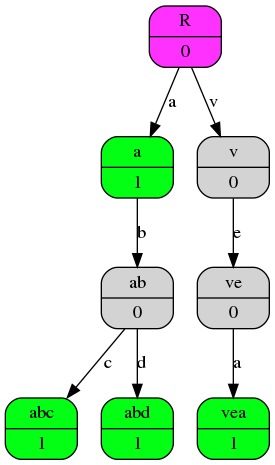
Above: Trie/AFD.png in ReposAcces/AutomatonMinimization (Graphviz), before the change. Its source is kept beside it as Trie/AFD.dot.
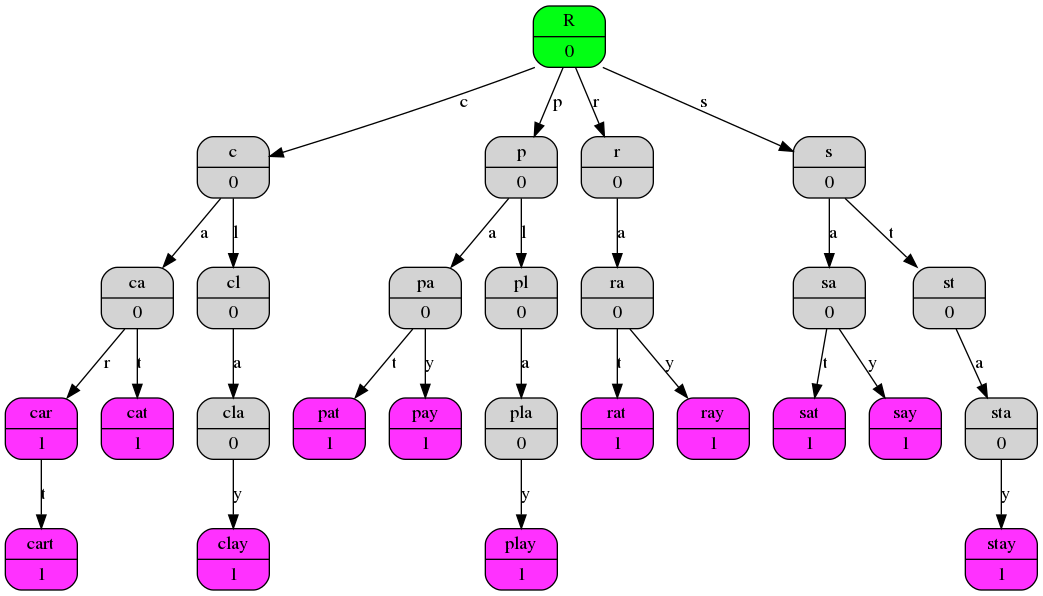
The same diagram one commit later.

Change to the diagram source:
```diff
@@ -1,19 +1,57 @@
 digraph ll {
 	node [shape=Mrecord];
-	R[style=filled, fillcolor="#ff31ff", label="{ <data> R | <ew> 0 }"];
-	a[style=filled, fillcolor="#02ff14", label="{ <data> a | <ew> 1 }"];
-	ab[style=filled, fillcolor="", label="{ <data> ab | <ew> 0 }"];
-	abc[style=filled, fillcolor="#02ff14", label="{ <data> abc | <ew> 1 }"];
-	abd[style=filled, fillcolor="#02ff14", label="{ <data> abd | <ew> 1 }"];
-	v[style=filled, fillcolor="", label="{ <data> v | <ew> 0 }"];
-	ve[style=filled, fillcolor="", label="{ <data> ve | <ew> 0 }"];
-	vea[style=filled, fillcolor="#02ff14", label="{ <data> vea | <ew> 1 }"];
+	R[style=filled, fillcolor="#02ff14", label="{ <data> R | <ew> 0 }"];
+	c[style=filled, fillcolor="", label="{ <data> c | <ew> 0 }"];
+	ca[style=filled, fillcolor="", label="{ <data> ca | <ew> 0 }"];
+	car[style=filled, fillcolor="#ff31ff", label="{ <data> car | <ew> 1 }"];
+	cart[style=filled, fillcolor="#ff31ff", label="{ <data> cart | <ew> 1 }"];
+	cat[style=filled, fillcolor="#ff31ff", label="{ <data> cat | <ew> 1 }"];
+	cl[style=filled, fillcolor="", label="{ <data> cl | <ew> 0 }"];
+	cla[style=filled, fillcolor="", label="{ <data> cla | <ew> 0 }"];
+	clay[style=filled, fillcolor="#ff31ff", label="{ <data> clay | <ew> 1 }"];
+	p[style=filled, fillcolor="", label="{ <data> p | <ew> 0 }"];
+	pa[style=filled, fillcolor="", label="{ <data> pa | <ew> 0 }"];
+	pat[style=filled, fillcolor="#ff31ff", label="{ <data> pat | <ew> 1 }"];
+	pay[style=filled, fillcolor="#ff31ff", label="{ <data> pay | <ew> 1 }"];
+	pl[style=filled, fillcolor="", label="{ <data> pl | <ew> 0 }"];
+	pla[style=filled, fillcolor="", label="{ <data> pla | <ew> 0 }"];
+	play[style=filled, fillcolor="#ff31ff", label="{ <data> play | <ew> 1 }"];
+	r[style=filled, fillcolor="", label="{ <data> r | <ew> 0 }"];
+	ra[style=filled, fillcolor="", label="{ <data> ra | <ew> 0 }"];
+	rat[style=filled, fillcolor="#ff31ff", label="{ <data> rat | <ew> 1 }"];
+	ray[style=filled, fillcolor="#ff31ff", label="{ <data> ray | <ew> 1 }"];
+	s[style=filled, fillcolor="", label="{ <data> s | <ew> 0 }"];
+	sa[style=filled, fillcolor="", label="{ <data> sa | <ew> 0 }"];
+	sat[style=filled, fillcolor="#ff31ff", label="{ <data> sat | <ew> 1 }"];
+	say[style=filled, fillcolor="#ff31ff", label="{ <data> say | <ew> 1 }"];
+	st[style=filled, fillcolor="", label="{ <data> st | <ew> 0 }"];
+	sta[style=filled, fillcolor="", label="{ <data> sta | <ew> 0 }"];
+	stay[style=filled, fillcolor="#ff31ff", label="{ <data> stay | <ew> 1 }"];
 
-	R:ew:c -> a [label=a];
-	R:ew:c -> v [label=v];
-	a:ew:c -> ab [label=b];
-	v:ew:c -> ve [label=e];
-	ab:ew:c -> abc [label=c];
-	ab:ew:c -> abd [label=d];
-	ve:ew:c -> vea [label=a];
+	R:ew:c -> c [label=c];
+	R:ew:c -> p [label=p];
+	R:ew:c -> r [label=r];
+	R:ew:c -> s [label=s];
+	c:ew:c -> ca [label=a];
+	c:ew:c -> cl [label=l];
+	p:ew:c -> pa [label=a];
+	p:ew:c -> pl [label=l];
+	r:ew:c -> ra [label=a];
+	s:ew:c -> sa [label=a];
+	s:ew:c -> st [label=t];
+	ca:ew:c -> car [label=r];
+	ca:ew:c -> cat [label=t];
+	cl:ew:c -> cla [label=a];
+	pa:ew:c -> pat [label=t];
+	pa:ew:c -> pay [label=y];
+	pl:ew:c -> pla [label=a];
+	ra:ew:c -> rat [label=t];
+	ra:ew:c -> ray [label=y];
+	sa:ew:c -> sat [label=t];
+	sa:ew:c -> say [label=y];
+	st:ew:c -> sta [label=a];
+	car:ew:c -> cart [label=t];
+	cla:ew:c -> clay [label=y];
+	pla:ew:c -> play [label=y];
+	sta:ew:c -> stay [label=y];
 }
```
